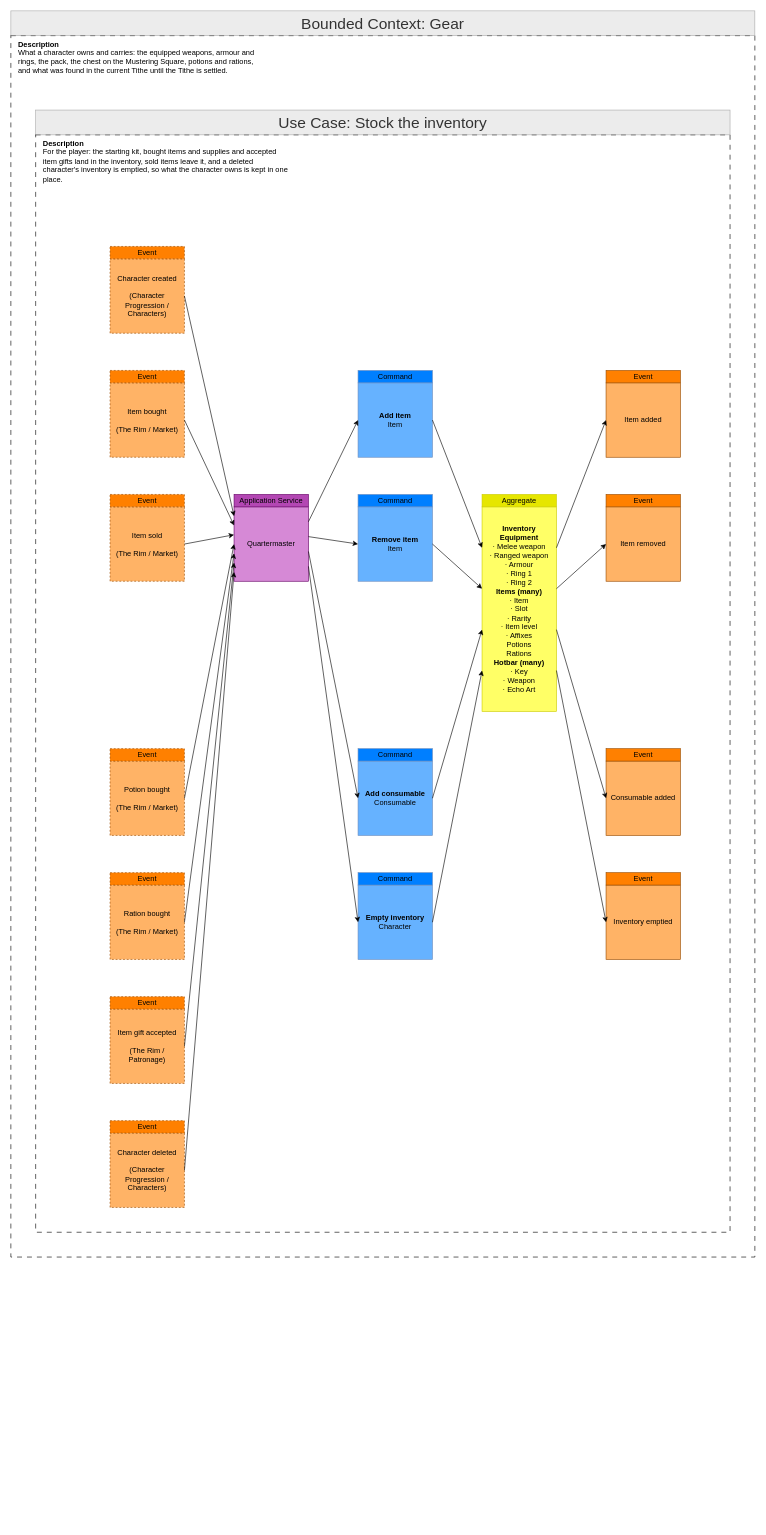
tokeboisen/themaw keeps this draw.io diagram as ProductOwner/contexts/gear/models/Feature-005-stock-the-inventory.drawio. Above is the earlier version. Source tidied: cells renumbered, new cells numbered last; positions are measured from the earlier drawing's top-left corner, leaving out a move shared by most shapes. Both pictures are drawn from the tidied source at 62%, with x=0, y=0 at pixel (11, 11).
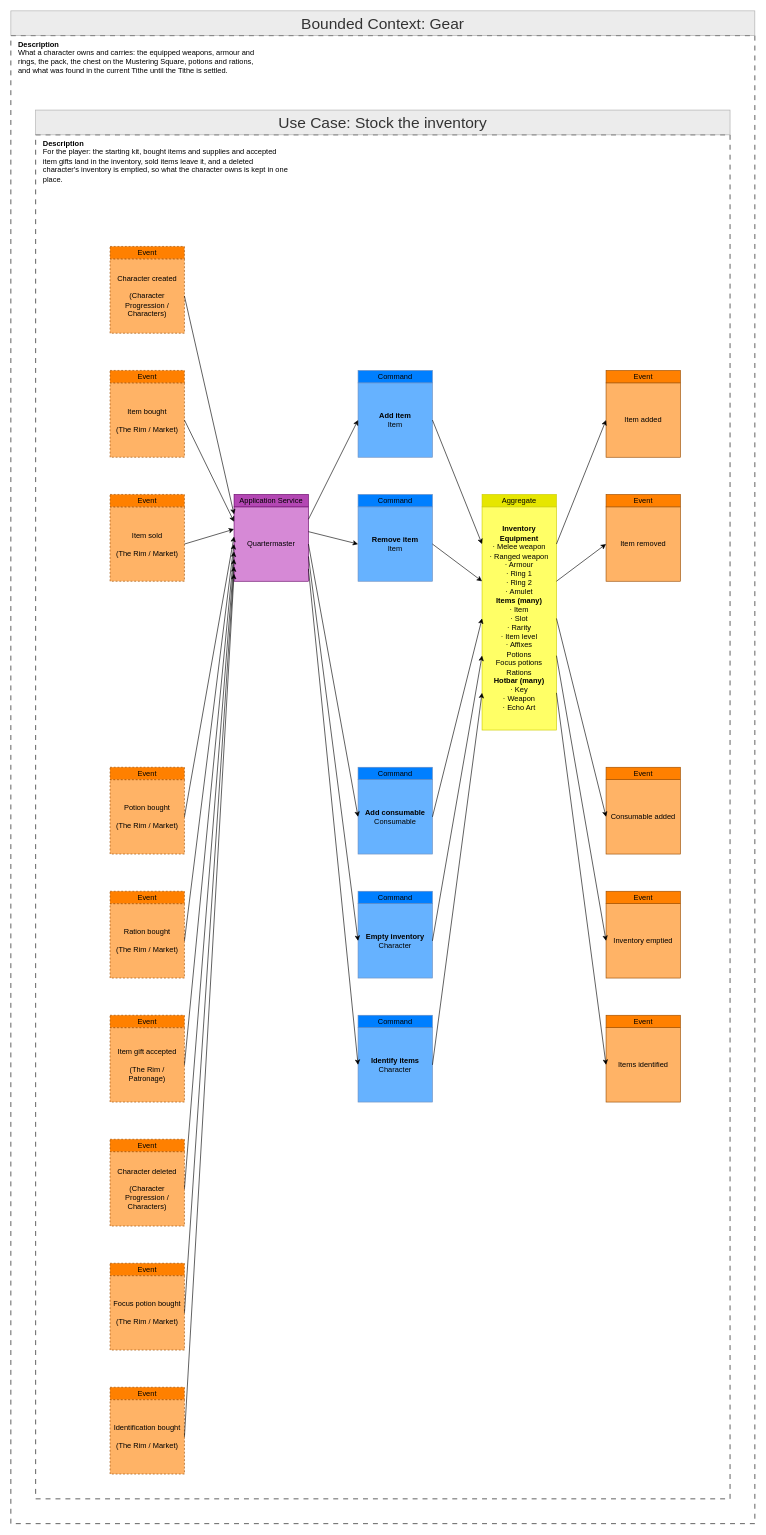
After the change.

Unchanged cells that the change refers to:
```xml
<mxCell id="8" value="Character created&lt;br&gt;&lt;br&gt;(Character Progression / Characters)" style="rounded=0;whiteSpace=wrap;html=1;labelBackgroundColor=none;fillColor=#FFB366;strokeColor=#994C00;dashed=1;" parent="1" vertex="1">
  <mxGeometry x="160" y="400" width="120" height="120" as="geometry" />
</mxCell>
<mxCell id="10" value="Item bought&lt;br&gt;&lt;br&gt;(The Rim / Market)" style="rounded=0;whiteSpace=wrap;html=1;labelBackgroundColor=none;fillColor=#FFB366;strokeColor=#994C00;dashed=1;" parent="1" vertex="1">
  <mxGeometry x="160" y="600" width="120" height="120" as="geometry" />
</mxCell>
<mxCell id="12" value="Item sold&lt;br&gt;&lt;br&gt;(The Rim / Market)" style="rounded=0;whiteSpace=wrap;html=1;labelBackgroundColor=none;fillColor=#FFB366;strokeColor=#994C00;dashed=1;" parent="1" vertex="1">
  <mxGeometry x="160" y="800" width="120" height="120" as="geometry" />
</mxCell>
<mxCell id="20" value="Quartermaster" style="rounded=0;whiteSpace=wrap;html=1;labelBackgroundColor=none;fillColor=#D689D6;strokeColor=#660066;" parent="1" vertex="1">
  <mxGeometry x="360" y="800" width="120" height="120" as="geometry" />
</mxCell>
<mxCell id="22" value="&lt;b&gt;Add item&lt;/b&gt;&lt;br&gt;Item" style="rounded=0;whiteSpace=wrap;html=1;labelBackgroundColor=none;fillColor=#66B2FF;strokeColor=#6C8EBF;" parent="1" vertex="1">
  <mxGeometry x="560" y="600" width="120" height="120" as="geometry" />
</mxCell>
<mxCell id="24" value="&lt;b&gt;Remove item&lt;/b&gt;&lt;br&gt;Item" style="rounded=0;whiteSpace=wrap;html=1;labelBackgroundColor=none;fillColor=#66B2FF;strokeColor=#6C8EBF;" parent="1" vertex="1">
  <mxGeometry x="560" y="800" width="120" height="120" as="geometry" />
</mxCell>
<mxCell id="30" value="Item added" style="rounded=0;whiteSpace=wrap;html=1;labelBackgroundColor=none;fillColor=#FFB366;strokeColor=#994C00;" parent="1" vertex="1">
  <mxGeometry x="960" y="600" width="120" height="120" as="geometry" />
</mxCell>
<mxCell id="32" value="Item removed" style="rounded=0;whiteSpace=wrap;html=1;labelBackgroundColor=none;fillColor=#FFB366;strokeColor=#994C00;" parent="1" vertex="1">
  <mxGeometry x="960" y="800" width="120" height="120" as="geometry" />
</mxCell>
```

Diff of the diagram source:
```diff
@@
     <mxCell id="2" style="rounded=0;whiteSpace=wrap;html=1;fillColor=none;dashed=1;dashPattern=8 8;" parent="1" vertex="1">
-      <mxGeometry y="40" width="1200" height="1970" as="geometry" />
+      <mxGeometry y="40" width="1200" height="2400" as="geometry" />
     </mxCell>
@@
     <mxCell id="5" style="rounded=0;whiteSpace=wrap;html=1;fillColor=none;dashed=1;dashPattern=8 8;" parent="1" vertex="1">
-      <mxGeometry x="40" y="200" width="1120" height="1770" as="geometry" />
+      <mxGeometry x="40" y="200" width="1120" height="2200" as="geometry" />
     </mxCell>
@@
     <mxCell id="14" value="Potion bought&lt;br&gt;&lt;br&gt;(The Rim / Market)" style="rounded=0;whiteSpace=wrap;html=1;labelBackgroundColor=none;fillColor=#FFB366;strokeColor=#994C00;dashed=1;" parent="1" vertex="1">
-      <mxGeometry x="160" y="1210" width="120" height="120" as="geometry" />
+      <mxGeometry x="160" y="1240" width="120" height="120" as="geometry" />
     </mxCell>
     <mxCell id="15" value="Event" style="rounded=0;whiteSpace=wrap;html=1;labelBackgroundColor=none;fillColor=#FF8000;strokeColor=#994C00;dashed=1;" parent="1" vertex="1">
-      <mxGeometry x="160" y="1190" width="120" height="20" as="geometry" />
+      <mxGeometry x="160" y="1220" width="120" height="20" as="geometry" />
     </mxCell>
     <mxCell id="16" value="Ration bought&lt;br&gt;&lt;br&gt;(The Rim / Market)" style="rounded=0;whiteSpace=wrap;html=1;labelBackgroundColor=none;fillColor=#FFB366;strokeColor=#994C00;dashed=1;" parent="1" vertex="1">
-      <mxGeometry x="160" y="1410" width="120" height="120" as="geometry" />
+      <mxGeometry x="160" y="1440" width="120" height="120" as="geometry" />
     </mxCell>
     <mxCell id="17" value="Event" style="rounded=0;whiteSpace=wrap;html=1;labelBackgroundColor=none;fillColor=#FF8000;strokeColor=#994C00;dashed=1;" parent="1" vertex="1">
-      <mxGeometry x="160" y="1390" width="120" height="20" as="geometry" />
+      <mxGeometry x="160" y="1420" width="120" height="20" as="geometry" />
     </mxCell>
     <mxCell id="18" value="Item gift accepted&lt;br&gt;&lt;br&gt;(The Rim / Patronage)" style="rounded=0;whiteSpace=wrap;html=1;labelBackgroundColor=none;fillColor=#FFB366;strokeColor=#994C00;dashed=1;" parent="1" vertex="1">
-      <mxGeometry x="160" y="1610" width="120" height="120" as="geometry" />
+      <mxGeometry x="160" y="1640" width="120" height="120" as="geometry" />
     </mxCell>
     <mxCell id="19" value="Event" style="rounded=0;whiteSpace=wrap;html=1;labelBackgroundColor=none;fillColor=#FF8000;strokeColor=#994C00;dashed=1;" parent="1" vertex="1">
-      <mxGeometry x="160" y="1590" width="120" height="20" as="geometry" />
+      <mxGeometry x="160" y="1620" width="120" height="20" as="geometry" />
     </mxCell>
@@
     <mxCell id="26" value="&lt;b&gt;Add consumable&lt;/b&gt;&lt;br&gt;Consumable" style="rounded=0;whiteSpace=wrap;html=1;labelBackgroundColor=none;fillColor=#66B2FF;strokeColor=#6C8EBF;" parent="1" vertex="1">
-      <mxGeometry x="560" y="1210" width="120" height="120" as="geometry" />
+      <mxGeometry x="560" y="1240" width="120" height="120" as="geometry" />
     </mxCell>
     <mxCell id="27" value="Command" style="rounded=0;whiteSpace=wrap;html=1;labelBackgroundColor=none;fillColor=#007FFF;strokeColor=#6C8EBF;" parent="1" vertex="1">
-      <mxGeometry x="560" y="1190" width="120" height="20" as="geometry" />
+      <mxGeometry x="560" y="1220" width="120" height="20" as="geometry" />
     </mxCell>
-    <mxCell id="28" value="&lt;b&gt;Inventory&lt;/b&gt;&lt;br&gt;&lt;b&gt;Equipment&lt;/b&gt;&lt;br&gt;· Melee weapon&lt;br&gt;· Ranged weapon&lt;br&gt;· Armour&lt;br&gt;· Ring 1&lt;br&gt;· Ring 2&lt;br&gt;&lt;b&gt;Items (many)&lt;/b&gt;&lt;br&gt;· Item&lt;br&gt;· Slot&lt;br&gt;· Rarity&lt;br&gt;· Item level&lt;br&gt;· Affixes&lt;br&gt;Potions&lt;br&gt;Rations&lt;br&gt;&lt;b&gt;Hotbar (many)&lt;/b&gt;&lt;br&gt;· Key&lt;br&gt;· Weapon&lt;br&gt;· Echo Art" style="rounded=0;whiteSpace=wrap;html=1;labelBackgroundColor=none;fillColor=#FFFF66;strokeColor=#CCCC00;" parent="1" vertex="1">
-      <mxGeometry x="760" y="800" width="120" height="330" as="geometry" />
+    <mxCell id="28" value="&lt;b&gt;Inventory&lt;/b&gt;&lt;br&gt;&lt;b&gt;Equipment&lt;/b&gt;&lt;br&gt;· Melee weapon&lt;br&gt;· Ranged weapon&lt;br&gt;· Armour&lt;br&gt;· Ring 1&lt;br&gt;· Ring 2&lt;br&gt;· Amulet&lt;br&gt;&lt;b&gt;Items (many)&lt;/b&gt;&lt;br&gt;· Item&lt;br&gt;· Slot&lt;br&gt;· Rarity&lt;br&gt;· Item level&lt;br&gt;· Affixes&lt;br&gt;Potions&lt;br&gt;Focus potions&lt;br&gt;Rations&lt;br&gt;&lt;b&gt;Hotbar (many)&lt;/b&gt;&lt;br&gt;· Key&lt;br&gt;· Weapon&lt;br&gt;· Echo Art" style="rounded=0;whiteSpace=wrap;html=1;labelBackgroundColor=none;fillColor=#FFFF66;strokeColor=#CCCC00;" parent="1" vertex="1">
+      <mxGeometry x="760" y="800" width="120" height="360" as="geometry" />
     </mxCell>
@@
     <mxCell id="34" value="Consumable added" style="rounded=0;whiteSpace=wrap;html=1;labelBackgroundColor=none;fillColor=#FFB366;strokeColor=#994C00;" parent="1" vertex="1">
-      <mxGeometry x="960" y="1210" width="120" height="120" as="geometry" />
+      <mxGeometry x="960" y="1240" width="120" height="120" as="geometry" />
     </mxCell>
     <mxCell id="35" value="Event" style="rounded=0;whiteSpace=wrap;html=1;labelBackgroundColor=none;fillColor=#FF8000;strokeColor=#994C00;" parent="1" vertex="1">
-      <mxGeometry x="960" y="1190" width="120" height="20" as="geometry" />
+      <mxGeometry x="960" y="1220" width="120" height="20" as="geometry" />
     </mxCell>
     <mxCell id="36" value="Character deleted&lt;br&gt;&lt;br&gt;(Character Progression / Characters)" style="rounded=0;whiteSpace=wrap;html=1;labelBackgroundColor=none;fillColor=#FFB366;strokeColor=#994C00;dashed=1;" parent="1" vertex="1">
-      <mxGeometry x="160" y="1810" width="120" height="120" as="geometry" />
+      <mxGeometry x="160" y="1840" width="120" height="120" as="geometry" />
     </mxCell>
     <mxCell id="37" value="Event" style="rounded=0;whiteSpace=wrap;html=1;labelBackgroundColor=none;fillColor=#FF8000;strokeColor=#994C00;dashed=1;" parent="1" vertex="1">
-      <mxGeometry x="160" y="1790" width="120" height="20" as="geometry" />
+      <mxGeometry x="160" y="1820" width="120" height="20" as="geometry" />
     </mxCell>
+    <mxCell id="61" value="Focus potion bought&lt;br&gt;&lt;br&gt;(The Rim / Market)" style="rounded=0;whiteSpace=wrap;html=1;labelBackgroundColor=none;fillColor=#FFB366;strokeColor=#994C00;dashed=1;" parent="1" vertex="1">
+      <mxGeometry x="160" y="2040" width="120" height="120" as="geometry" />
+    </mxCell>
+    <mxCell id="62" value="Event" style="rounded=0;whiteSpace=wrap;html=1;labelBackgroundColor=none;fillColor=#FF8000;strokeColor=#994C00;dashed=1;" parent="1" vertex="1">
+      <mxGeometry x="160" y="2020" width="120" height="20" as="geometry" />
+    </mxCell>
+    <mxCell id="63" value="Identification bought&lt;br&gt;&lt;br&gt;(The Rim / Market)" style="rounded=0;whiteSpace=wrap;html=1;labelBackgroundColor=none;fillColor=#FFB366;strokeColor=#994C00;dashed=1;" parent="1" vertex="1">
+      <mxGeometry x="160" y="2240" width="120" height="120" as="geometry" />
+    </mxCell>
+    <mxCell id="64" value="Event" style="rounded=0;whiteSpace=wrap;html=1;labelBackgroundColor=none;fillColor=#FF8000;strokeColor=#994C00;dashed=1;" parent="1" vertex="1">
+      <mxGeometry x="160" y="2220" width="120" height="20" as="geometry" />
+    </mxCell>
+    <mxCell id="65" value="&lt;b&gt;Identify items&lt;/b&gt;&lt;br&gt;Character" style="rounded=0;whiteSpace=wrap;html=1;labelBackgroundColor=none;fillColor=#66B2FF;strokeColor=#6C8EBF;" parent="1" vertex="1">
+      <mxGeometry x="560" y="1640" width="120" height="120" as="geometry" />
+    </mxCell>
+    <mxCell id="66" value="Command" style="rounded=0;whiteSpace=wrap;html=1;labelBackgroundColor=none;fillColor=#007FFF;strokeColor=#6C8EBF;" parent="1" vertex="1">
+      <mxGeometry x="560" y="1620" width="120" height="20" as="geometry" />
+    </mxCell>
+    <mxCell id="67" value="Items identified" style="rounded=0;whiteSpace=wrap;html=1;labelBackgroundColor=none;fillColor=#FFB366;strokeColor=#994C00;" parent="1" vertex="1">
+      <mxGeometry x="960" y="1640" width="120" height="120" as="geometry" />
+    </mxCell>
+    <mxCell id="68" value="Event" style="rounded=0;whiteSpace=wrap;html=1;labelBackgroundColor=none;fillColor=#FF8000;strokeColor=#994C00;" parent="1" vertex="1">
+      <mxGeometry x="960" y="1620" width="120" height="20" as="geometry" />
+    </mxCell>
     <mxCell id="38" value="&lt;b&gt;Empty inventory&lt;/b&gt;&lt;br&gt;Character" style="rounded=0;whiteSpace=wrap;html=1;labelBackgroundColor=none;fillColor=#66B2FF;strokeColor=#6C8EBF;" parent="1" vertex="1">
-      <mxGeometry x="560" y="1410" width="120" height="120" as="geometry" />
+      <mxGeometry x="560" y="1440" width="120" height="120" as="geometry" />
     </mxCell>
     <mxCell id="39" value="Command" style="rounded=0;whiteSpace=wrap;html=1;labelBackgroundColor=none;fillColor=#007FFF;strokeColor=#6C8EBF;" parent="1" vertex="1">
-      <mxGeometry x="560" y="1390" width="120" height="20" as="geometry" />
+      <mxGeometry x="560" y="1420" width="120" height="20" as="geometry" />
     </mxCell>
     <mxCell id="40" value="Inventory emptied" style="rounded=0;whiteSpace=wrap;html=1;labelBackgroundColor=none;fillColor=#FFB366;strokeColor=#994C00;" parent="1" vertex="1">
-      <mxGeometry x="960" y="1410" width="120" height="120" as="geometry" />
+      <mxGeometry x="960" y="1440" width="120" height="120" as="geometry" />
     </mxCell>
     <mxCell id="41" value="Event" style="rounded=0;whiteSpace=wrap;html=1;labelBackgroundColor=none;fillColor=#FF8000;strokeColor=#994C00;" parent="1" vertex="1">
-      <mxGeometry x="960" y="1390" width="120" height="20" as="geometry" />
+      <mxGeometry x="960" y="1420" width="120" height="20" as="geometry" />
     </mxCell>
-    <mxCell id="42" style="endArrow=classic;html=1;rounded=0;exitX=1;exitY=0.5;exitDx=0;exitDy=0;entryX=0;entryY=0.125;entryDx=0;entryDy=0;" parent="1" edge="1" source="8" target="20">
+    <mxCell id="42" style="endArrow=classic;html=1;rounded=0;exitX=1;exitY=0.5;exitDx=0;exitDy=0;entryX=0;entryY=0.1;entryDx=0;entryDy=0;" parent="1" edge="1" source="8" target="20">
       <mxGeometry relative="1" as="geometry" />
     </mxCell>
-    <mxCell id="43" style="endArrow=classic;html=1;rounded=0;exitX=1;exitY=0.5;exitDx=0;exitDy=0;entryX=0;entryY=0.25;entryDx=0;entryDy=0;" parent="1" edge="1" source="10" target="20">
+    <mxCell id="43" style="endArrow=classic;html=1;rounded=0;exitX=1;exitY=0.5;exitDx=0;exitDy=0;entryX=0;entryY=0.2;entryDx=0;entryDy=0;" parent="1" edge="1" source="10" target="20">
       <mxGeometry relative="1" as="geometry" />
     </mxCell>
-    <mxCell id="44" style="endArrow=classic;html=1;rounded=0;exitX=1;exitY=0.5;exitDx=0;exitDy=0;entryX=0;entryY=0.375;entryDx=0;entryDy=0;" parent="1" edge="1" source="12" target="20">
+    <mxCell id="44" style="endArrow=classic;html=1;rounded=0;exitX=1;exitY=0.5;exitDx=0;exitDy=0;entryX=0;entryY=0.3;entryDx=0;entryDy=0;" parent="1" edge="1" source="12" target="20">
       <mxGeometry relative="1" as="geometry" />
     </mxCell>
-    <mxCell id="45" style="endArrow=classic;html=1;rounded=0;exitX=1;exitY=0.5;exitDx=0;exitDy=0;entryX=0;entryY=0.5;entryDx=0;entryDy=0;" parent="1" edge="1" source="14" target="20">
+    <mxCell id="45" style="endArrow=classic;html=1;rounded=0;exitX=1;exitY=0.5;exitDx=0;exitDy=0;entryX=0;entryY=0.4;entryDx=0;entryDy=0;" parent="1" edge="1" source="14" target="20">
       <mxGeometry relative="1" as="geometry" />
     </mxCell>
-    <mxCell id="46" style="endArrow=classic;html=1;rounded=0;exitX=1;exitY=0.5;exitDx=0;exitDy=0;entryX=0;entryY=0.625;entryDx=0;entryDy=0;" parent="1" edge="1" source="16" target="20">
+    <mxCell id="46" style="endArrow=classic;html=1;rounded=0;exitX=1;exitY=0.5;exitDx=0;exitDy=0;entryX=0;entryY=0.5;entryDx=0;entryDy=0;" parent="1" edge="1" source="16" target="20">
       <mxGeometry relative="1" as="geometry" />
     </mxCell>
-    <mxCell id="47" style="endArrow=classic;html=1;rounded=0;exitX=1;exitY=0.5;exitDx=0;exitDy=0;entryX=0;entryY=0.75;entryDx=0;entryDy=0;" parent="1" edge="1" source="18" target="20">
+    <mxCell id="47" style="endArrow=classic;html=1;rounded=0;exitX=1;exitY=0.5;exitDx=0;exitDy=0;entryX=0;entryY=0.6;entryDx=0;entryDy=0;" parent="1" edge="1" source="18" target="20">
       <mxGeometry relative="1" as="geometry" />
     </mxCell>
-    <mxCell id="48" style="endArrow=classic;html=1;rounded=0;exitX=1;exitY=0.2;exitDx=0;exitDy=0;entryX=0;entryY=0.5;entryDx=0;entryDy=0;" parent="1" edge="1" source="20" target="22">
+    <mxCell id="48" style="endArrow=classic;html=1;rounded=0;exitX=1;exitY=0.1667;exitDx=0;exitDy=0;entryX=0;entryY=0.5;entryDx=0;entryDy=0;" parent="1" edge="1" source="20" target="22">
       <mxGeometry relative="1" as="geometry" />
     </mxCell>
-    <mxCell id="49" style="endArrow=classic;html=1;rounded=0;exitX=1;exitY=0.4;exitDx=0;exitDy=0;entryX=0;entryY=0.5;entryDx=0;entryDy=0;" parent="1" edge="1" source="20" target="24">
+    <mxCell id="49" style="endArrow=classic;html=1;rounded=0;exitX=1;exitY=0.3333;exitDx=0;exitDy=0;entryX=0;entryY=0.5;entryDx=0;entryDy=0;" parent="1" edge="1" source="20" target="24">
       <mxGeometry relative="1" as="geometry" />
     </mxCell>
-    <mxCell id="50" style="endArrow=classic;html=1;rounded=0;exitX=1;exitY=0.6;exitDx=0;exitDy=0;entryX=0;entryY=0.5;entryDx=0;entryDy=0;" parent="1" edge="1" source="20" target="26">
+    <mxCell id="50" style="endArrow=classic;html=1;rounded=0;exitX=1;exitY=0.5;exitDx=0;exitDy=0;entryX=0;entryY=0.5;entryDx=0;entryDy=0;" parent="1" edge="1" source="20" target="26">
       <mxGeometry relative="1" as="geometry" />
     </mxCell>
-    <mxCell id="51" style="endArrow=classic;html=1;rounded=0;exitX=1;exitY=0.5;exitDx=0;exitDy=0;entryX=0;entryY=0.2;entryDx=0;entryDy=0;" parent="1" edge="1" source="22" target="28">
+    <mxCell id="51" style="endArrow=classic;html=1;rounded=0;exitX=1;exitY=0.5;exitDx=0;exitDy=0;entryX=0;entryY=0.1667;entryDx=0;entryDy=0;" parent="1" edge="1" source="22" target="28">
       <mxGeometry relative="1" as="geometry" />
     </mxCell>
-    <mxCell id="52" style="endArrow=classic;html=1;rounded=0;exitX=1;exitY=0.5;exitDx=0;exitDy=0;entryX=0;entryY=0.4;entryDx=0;entryDy=0;" parent="1" edge="1" source="24" target="28">
+    <mxCell id="52" style="endArrow=classic;html=1;rounded=0;exitX=1;exitY=0.5;exitDx=0;exitDy=0;entryX=0;entryY=0.3333;entryDx=0;entryDy=0;" parent="1" edge="1" source="24" target="28">
       <mxGeometry relative="1" as="geometry" />
     </mxCell>
-    <mxCell id="53" style="endArrow=classic;html=1;rounded=0;exitX=1;exitY=0.5;exitDx=0;exitDy=0;entryX=0;entryY=0.6;entryDx=0;entryDy=0;" parent="1" edge="1" source="26" target="28">
+    <mxCell id="53" style="endArrow=classic;html=1;rounded=0;exitX=1;exitY=0.5;exitDx=0;exitDy=0;entryX=0;entryY=0.5;entryDx=0;entryDy=0;" parent="1" edge="1" source="26" target="28">
       <mxGeometry relative="1" as="geometry" />
     </mxCell>
-    <mxCell id="54" style="endArrow=classic;html=1;rounded=0;exitX=1;exitY=0.2;exitDx=0;exitDy=0;entryX=0;entryY=0.5;entryDx=0;entryDy=0;" parent="1" edge="1" source="28" target="30">
+    <mxCell id="54" style="endArrow=classic;html=1;rounded=0;exitX=1;exitY=0.1667;exitDx=0;exitDy=0;entryX=0;entryY=0.5;entryDx=0;entryDy=0;" parent="1" edge="1" source="28" target="30">
       <mxGeometry relative="1" as="geometry" />
     </mxCell>
-    <mxCell id="55" style="endArrow=classic;html=1;rounded=0;exitX=1;exitY=0.4;exitDx=0;exitDy=0;entryX=0;entryY=0.5;entryDx=0;entryDy=0;" parent="1" edge="1" source="28" target="32">
+    <mxCell id="55" style="endArrow=classic;html=1;rounded=0;exitX=1;exitY=0.3333;exitDx=0;exitDy=0;entryX=0;entryY=0.5;entryDx=0;entryDy=0;" parent="1" edge="1" source="28" target="32">
       <mxGeometry relative="1" as="geometry" />
     </mxCell>
-    <mxCell id="56" style="endArrow=classic;html=1;rounded=0;exitX=1;exitY=0.6;exitDx=0;exitDy=0;entryX=0;entryY=0.5;entryDx=0;entryDy=0;" parent="1" edge="1" source="28" target="34">
+    <mxCell id="56" style="endArrow=classic;html=1;rounded=0;exitX=1;exitY=0.5;exitDx=0;exitDy=0;entryX=0;entryY=0.5;entryDx=0;entryDy=0;" parent="1" edge="1" source="28" target="34">
       <mxGeometry relative="1" as="geometry" />
     </mxCell>
-    <mxCell id="57" style="endArrow=classic;html=1;rounded=0;exitX=1;exitY=0.5;exitDx=0;exitDy=0;entryX=0;entryY=0.875;entryDx=0;entryDy=0;" parent="1" edge="1" source="36" target="20">
+    <mxCell id="57" style="endArrow=classic;html=1;rounded=0;exitX=1;exitY=0.5;exitDx=0;exitDy=0;entryX=0;entryY=0.7;entryDx=0;entryDy=0;" parent="1" edge="1" source="36" target="20">
       <mxGeometry relative="1" as="geometry" />
     </mxCell>
+    <mxCell id="69" style="endArrow=classic;html=1;rounded=0;exitX=1;exitY=0.5;exitDx=0;exitDy=0;entryX=0;entryY=0.8;entryDx=0;entryDy=0;" parent="1" edge="1" source="61" target="20">
+      <mxGeometry relative="1" as="geometry" />
+    </mxCell>
+    <mxCell id="70" style="endArrow=classic;html=1;rounded=0;exitX=1;exitY=0.5;exitDx=0;exitDy=0;entryX=0;entryY=0.9;entryDx=0;entryDy=0;" parent="1" edge="1" source="63" target="20">
+      <mxGeometry relative="1" as="geometry" />
+    </mxCell>
+    <mxCell id="71" style="endArrow=classic;html=1;rounded=0;exitX=1;exitY=0.8333;exitDx=0;exitDy=0;entryX=0;entryY=0.5;entryDx=0;entryDy=0;" parent="1" edge="1" source="20" target="65">
+      <mxGeometry relative="1" as="geometry" />
+    </mxCell>
+    <mxCell id="72" style="endArrow=classic;html=1;rounded=0;exitX=1;exitY=0.5;exitDx=0;exitDy=0;entryX=0;entryY=0.8333;entryDx=0;entryDy=0;" parent="1" edge="1" source="65" target="28">
+      <mxGeometry relative="1" as="geometry" />
+    </mxCell>
+    <mxCell id="73" style="endArrow=classic;html=1;rounded=0;exitX=1;exitY=0.8333;exitDx=0;exitDy=0;entryX=0;entryY=0.5;entryDx=0;entryDy=0;" parent="1" edge="1" source="28" target="67">
+      <mxGeometry relative="1" as="geometry" />
+    </mxCell>
-    <mxCell id="58" style="endArrow=classic;html=1;rounded=0;exitX=1;exitY=0.8;exitDx=0;exitDy=0;entryX=0;entryY=0.5;entryDx=0;entryDy=0;" parent="1" edge="1" source="20" target="38">
+    <mxCell id="58" style="endArrow=classic;html=1;rounded=0;exitX=1;exitY=0.6667;exitDx=0;exitDy=0;entryX=0;entryY=0.5;entryDx=0;entryDy=0;" parent="1" edge="1" source="20" target="38">
       <mxGeometry relative="1" as="geometry" />
     </mxCell>
-    <mxCell id="59" style="endArrow=classic;html=1;rounded=0;exitX=1;exitY=0.5;exitDx=0;exitDy=0;entryX=0;entryY=0.8;entryDx=0;entryDy=0;" parent="1" edge="1" source="38" target="28">
+    <mxCell id="59" style="endArrow=classic;html=1;rounded=0;exitX=1;exitY=0.5;exitDx=0;exitDy=0;entryX=0;entryY=0.6667;entryDx=0;entryDy=0;" parent="1" edge="1" source="38" target="28">
       <mxGeometry relative="1" as="geometry" />
     </mxCell>
-    <mxCell id="60" style="endArrow=classic;html=1;rounded=0;exitX=1;exitY=0.8;exitDx=0;exitDy=0;entryX=0;entryY=0.5;entryDx=0;entryDy=0;" parent="1" edge="1" source="28" target="40">
+    <mxCell id="60" style="endArrow=classic;html=1;rounded=0;exitX=1;exitY=0.6667;exitDx=0;exitDy=0;entryX=0;entryY=0.5;entryDx=0;entryDy=0;" parent="1" edge="1" source="28" target="40">
       <mxGeometry relative="1" as="geometry" />
     </mxCell>
```
